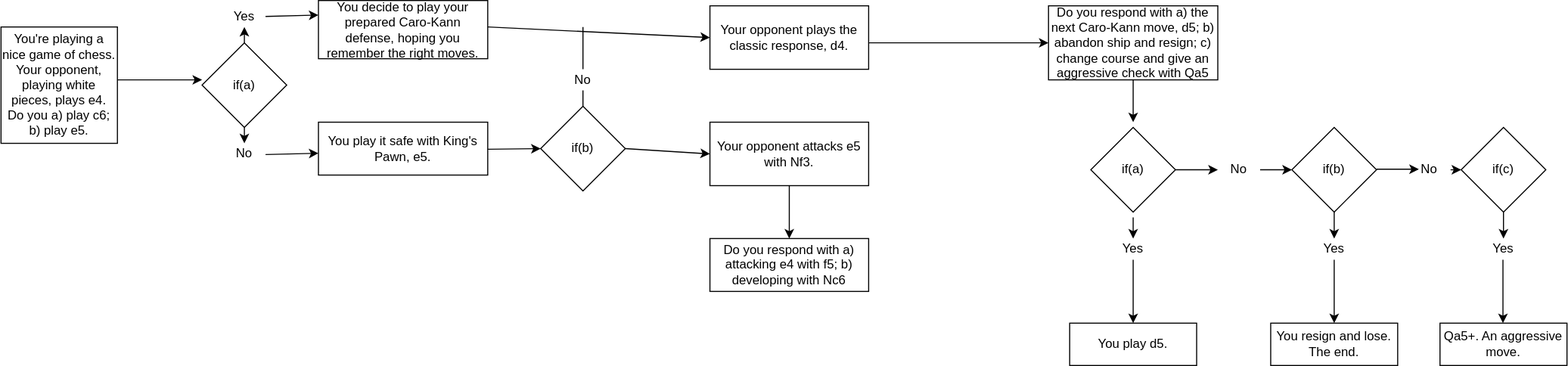
sdaffer/CS-142 keeps this draw.io diagram as 4-26-main-lab/Lab 4 - Decision Tree.svg. Above is the earlier version. Source tidied: cells renumbered, new cells last; positions are measured from the earlier drawing's top-left corner, leaving out a move shared by most shapes.
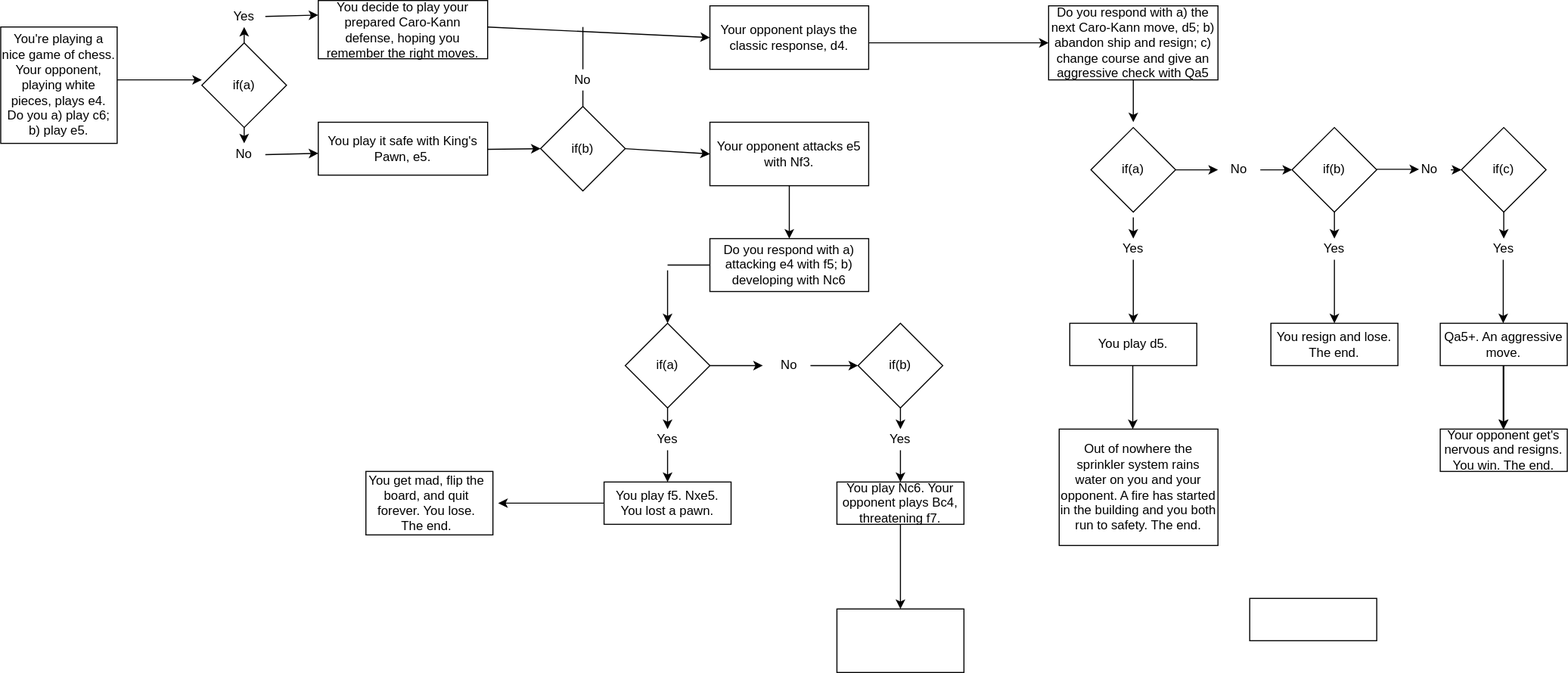
After the change.

The edit, as a diff of the source:
```diff
@@ -200,6 +200,9 @@
     <mxCell id="54" style="endArrow=classic;html=1;exitX=1;exitY=0.5;exitDx=0;exitDy=0;entryX=0;entryY=0.5;entryDx=0;entryDy=0;" parent="1" edge="1" source="52" target="47">
       <mxGeometry relative="1" as="geometry" />
     </mxCell>
+    <mxCell id="62" style="edgeStyle=orthogonalEdgeStyle;rounded=0;jettySize=auto;html=1;" parent="1" edge="1" source="55" target="90">
+      <mxGeometry relative="1" as="geometry" />
+    </mxCell>
     <mxCell id="55" value="Qa5+. An aggressive move." style="text;html=1;strokeColor=none;fillColor=none;align=center;verticalAlign=middle;whiteSpace=wrap;rounded=0;" parent="1" vertex="1">
       <mxGeometry x="1360" y="305" width="120" height="40" as="geometry" />
     </mxCell>
@@ -221,5 +224,117 @@
     <mxCell id="61" style="endArrow=classic;html=1;exitX=0.5;exitY=1;exitDx=0;exitDy=0;" parent="1" edge="1" source="57" target="60">
       <mxGeometry relative="1" as="geometry" />
     </mxCell>
+    <mxCell id="63" style="rhombus;whiteSpace=wrap;html=1;" parent="1" vertex="1">
+      <mxGeometry x="590" y="305" width="80" height="80" as="geometry" />
+    </mxCell>
+    <mxCell id="64" style="rhombus;whiteSpace=wrap;html=1;" parent="1" vertex="1">
+      <mxGeometry x="810" y="305" width="80" height="80" as="geometry" />
+    </mxCell>
+    <mxCell id="65" style="endArrow=none;html=1;entryX=0;entryY=0.5;entryDx=0;entryDy=0;" parent="1" edge="1" target="60">
+      <mxGeometry relative="1" as="geometry">
+        <mxPoint x="630" y="250" as="sourcePoint" />
+      </mxGeometry>
+    </mxCell>
+    <mxCell id="66" style="endArrow=classic;html=1;" parent="1" edge="1" target="63">
+      <mxGeometry relative="1" as="geometry">
+        <mxPoint x="630" y="255" as="sourcePoint" />
+      </mxGeometry>
+    </mxCell>
+    <mxCell id="67" value="if(a)" style="text;html=1;strokeColor=none;fillColor=none;align=center;verticalAlign=middle;whiteSpace=wrap;rounded=0;" parent="1" vertex="1">
+      <mxGeometry x="610" y="335" width="40" height="20" as="geometry" />
+    </mxCell>
+    <mxCell id="68" value="if(b)" style="text;html=1;strokeColor=none;fillColor=none;align=center;verticalAlign=middle;whiteSpace=wrap;rounded=0;" parent="1" vertex="1">
+      <mxGeometry x="830" y="335" width="40" height="20" as="geometry" />
+    </mxCell>
+    <mxCell id="69" value="No" style="text;html=1;strokeColor=none;fillColor=none;align=center;verticalAlign=middle;whiteSpace=wrap;rounded=0;" parent="1" vertex="1">
+      <mxGeometry x="725" y="335" width="40" height="20" as="geometry" />
+    </mxCell>
+    <mxCell id="70" value="Yes" style="text;html=1;strokeColor=none;fillColor=none;align=center;verticalAlign=middle;whiteSpace=wrap;rounded=0;" parent="1" vertex="1">
+      <mxGeometry x="610" y="405" width="40" height="20" as="geometry" />
+    </mxCell>
+    <mxCell id="71" value="Yes" style="text;html=1;strokeColor=none;fillColor=none;align=center;verticalAlign=middle;whiteSpace=wrap;rounded=0;" parent="1" vertex="1">
+      <mxGeometry x="830" y="405" width="40" height="20" as="geometry" />
+    </mxCell>
+    <mxCell id="72" style="endArrow=classic;html=1;exitX=1;exitY=0.5;exitDx=0;exitDy=0;" parent="1" edge="1" source="63">
+      <mxGeometry relative="1" as="geometry">
+        <mxPoint x="720" y="345" as="targetPoint" />
+      </mxGeometry>
+    </mxCell>
+    <mxCell id="73" style="endArrow=classic;html=1;exitX=1;exitY=0.5;exitDx=0;exitDy=0;entryX=0;entryY=0.5;entryDx=0;entryDy=0;" parent="1" edge="1" source="69" target="64">
+      <mxGeometry relative="1" as="geometry" />
+    </mxCell>
+    <mxCell id="74" style="endArrow=classic;html=1;exitX=0.5;exitY=1;exitDx=0;exitDy=0;entryX=0.5;entryY=0;entryDx=0;entryDy=0;" parent="1" edge="1" source="63" target="70">
+      <mxGeometry relative="1" as="geometry" />
+    </mxCell>
+    <mxCell id="75" style="endArrow=classic;html=1;exitX=0.5;exitY=1;exitDx=0;exitDy=0;entryX=0.5;entryY=0;entryDx=0;entryDy=0;" parent="1" edge="1" source="64" target="71">
+      <mxGeometry relative="1" as="geometry" />
+    </mxCell>
+    <mxCell id="76" style="rounded=0;whiteSpace=wrap;html=1;" parent="1" vertex="1">
+      <mxGeometry x="570" y="455" width="120" height="40" as="geometry" />
+    </mxCell>
+    <mxCell id="77" style="rounded=0;whiteSpace=wrap;html=1;" parent="1" vertex="1">
+      <mxGeometry x="790" y="455" width="120" height="40" as="geometry" />
+    </mxCell>
+    <mxCell id="78" value="You play f5. Nxe5. You lost a pawn." style="text;html=1;strokeColor=none;fillColor=none;align=center;verticalAlign=middle;whiteSpace=wrap;rounded=0;" parent="1" vertex="1">
+      <mxGeometry x="570" y="455" width="120" height="40" as="geometry" />
+    </mxCell>
+    <mxCell id="79" style="endArrow=classic;html=1;exitX=0.5;exitY=1;exitDx=0;exitDy=0;entryX=0.5;entryY=0;entryDx=0;entryDy=0;" parent="1" edge="1" source="70" target="78">
+      <mxGeometry relative="1" as="geometry" />
+    </mxCell>
+    <mxCell id="80" value="You play Nc6. Your opponent plays Bc4, threatening f7." style="text;html=1;strokeColor=none;fillColor=none;align=center;verticalAlign=middle;whiteSpace=wrap;rounded=0;" parent="1" vertex="1">
+      <mxGeometry x="790" y="455" width="120" height="40" as="geometry" />
+    </mxCell>
+    <mxCell id="81" style="endArrow=classic;html=1;exitX=0.5;exitY=1;exitDx=0;exitDy=0;" parent="1" edge="1" source="71" target="80">
+      <mxGeometry relative="1" as="geometry" />
+    </mxCell>
+    <mxCell id="82" style="endArrow=classic;html=1;exitX=0;exitY=0.5;exitDx=0;exitDy=0;" parent="1" edge="1" source="78">
+      <mxGeometry relative="1" as="geometry">
+        <mxPoint x="470" y="475" as="targetPoint" />
+      </mxGeometry>
+    </mxCell>
+    <mxCell id="83" style="endArrow=classic;html=1;exitX=0.5;exitY=1;exitDx=0;exitDy=0;" parent="1" edge="1" source="80">
+      <mxGeometry relative="1" as="geometry">
+        <mxPoint x="850" y="575" as="targetPoint" />
+      </mxGeometry>
+    </mxCell>
+    <mxCell id="84" style="rounded=0;whiteSpace=wrap;html=1;" parent="1" vertex="1">
+      <mxGeometry x="345" y="445" width="120" height="60" as="geometry" />
+    </mxCell>
+    <mxCell id="85" style="rounded=0;whiteSpace=wrap;html=1;" parent="1" vertex="1">
+      <mxGeometry x="790" y="575" width="120" height="60" as="geometry" />
+    </mxCell>
+    <mxCell id="86" value="You get mad, flip the board, and quit forever. You lose. The end." style="text;html=1;strokeColor=none;fillColor=none;align=center;verticalAlign=middle;whiteSpace=wrap;rounded=0;" parent="1" vertex="1">
+      <mxGeometry x="345" y="445" width="115" height="60" as="geometry" />
+    </mxCell>
+    <mxCell id="87" style="rounded=0;whiteSpace=wrap;html=1;" parent="1" vertex="1">
+      <mxGeometry x="1000" y="405" width="150" height="110" as="geometry" />
+    </mxCell>
+    <mxCell id="88" style="rounded=0;whiteSpace=wrap;html=1;" parent="1" vertex="1">
+      <mxGeometry x="1360" y="405" width="120" height="40" as="geometry" />
+    </mxCell>
+    <mxCell id="89" style="rounded=0;whiteSpace=wrap;html=1;" parent="1" vertex="1">
+      <mxGeometry x="1180" y="565" width="120" height="40" as="geometry" />
+    </mxCell>
+    <mxCell id="90" value="Your opponent get's nervous and resigns. You win. The end." style="text;html=1;strokeColor=none;fillColor=none;align=center;verticalAlign=middle;whiteSpace=wrap;rounded=0;" parent="1" vertex="1">
+      <mxGeometry x="1360" y="405" width="120" height="40" as="geometry" />
+    </mxCell>
+    <mxCell id="91" style="endArrow=classic;html=1;exitX=0.5;exitY=1;exitDx=0;exitDy=0;" parent="1" edge="1">
+      <mxGeometry relative="1" as="geometry">
+        <mxPoint x="1419.5" y="345" as="sourcePoint" />
+        <mxPoint x="1419.5" y="405" as="targetPoint" />
+      </mxGeometry>
+    </mxCell>
+    <mxCell id="92" style="edgeStyle=orthogonalEdgeStyle;rounded=0;orthogonalLoop=1;jettySize=auto;html=1;" parent="1" edge="1">
+      <mxGeometry relative="1" as="geometry">
+        <mxPoint x="1069.5" y="345" as="sourcePoint" />
+        <mxPoint x="1069.5" y="405" as="targetPoint" />
+      </mxGeometry>
+    </mxCell>
+    <mxCell id="93" value="Out of nowhere the sprinkler system rains water on you and your opponent. A fire has started in the building and you both run to safety. The end." style="text;html=1;strokeColor=none;fillColor=none;align=center;verticalAlign=middle;whiteSpace=wrap;rounded=0;" parent="1" vertex="1">
+      <mxGeometry x="1000" y="405" width="150" height="110" as="geometry" />
+    </mxCell>
+    <mxCell id="94" style="edgeStyle=orthogonalEdgeStyle;rounded=0;orthogonalLoop=1;jettySize=auto;html=1;exitX=0.5;exitY=1;exitDx=0;exitDy=0;" parent="1" edge="1" source="93" target="93">
+      <mxGeometry relative="1" as="geometry" />
+    </mxCell>
   </root>
 </mxGraphModel>
```
